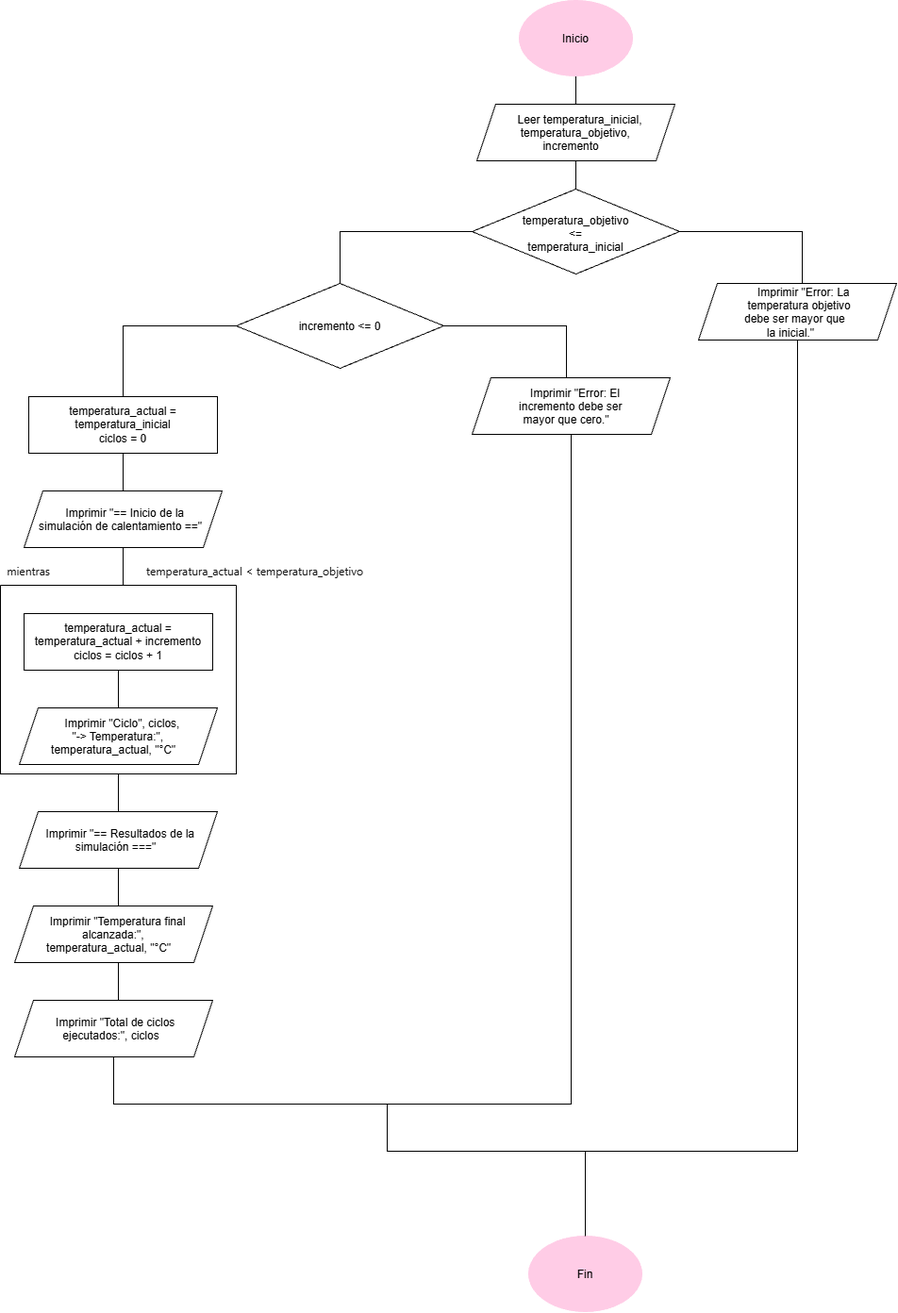
This is Diagramas de flujo .png/Ejercicio 1.drawio.png from vacunac11/-Tarea-2-Estructuras-iterativas-en-Python, a draw.io export, as it was before one commit. Source tidied: cells renumbered, new cells last; positions are measured from the earlier drawing's top-left corner, leaving out a move shared by most shapes. The source it was exported from:
```xml
<mxGraphModel>
  <root>
    <mxCell id="0" />
    <mxCell id="1" parent="0" />
    <mxCell id="2" style="edgeStyle=orthogonalEdgeStyle;rounded=0;jettySize=auto;html=1;defaultLabelBackgroundColor=page;labelPadding=0 4;endArrow=none;endFill=0;" parent="1" edge="1" source="3">
      <mxGeometry relative="1" as="geometry">
        <mxPoint x="610" y="130" as="targetPoint" />
      </mxGeometry>
    </mxCell>
    <mxCell id="3" value="Inicio" style="ellipse;whiteSpace=wrap;html=1;shapeInside=1;fillColor=#FFCCE6;strokeColor=light-dark(#ffcce6, #ededed);" parent="1" vertex="1">
      <mxGeometry x="550" width="120" height="80" as="geometry" />
    </mxCell>
    <mxCell id="4" value="Fin" style="ellipse;whiteSpace=wrap;html=1;shapeInside=1;fillColor=#FFCCE6;strokeColor=light-dark(#ffcce6, #ededed);" parent="1" vertex="1">
      <mxGeometry x="560" y="1310" width="120" height="80" as="geometry" />
    </mxCell>
    <mxCell id="5" style="edgeStyle=orthogonalEdgeStyle;rounded=0;jettySize=auto;html=1;defaultLabelBackgroundColor=page;labelPadding=0 4;endArrow=none;endFill=0;" parent="1" edge="1" source="6">
      <mxGeometry relative="1" as="geometry">
        <mxPoint x="610" y="210" as="targetPoint" />
      </mxGeometry>
    </mxCell>
    <mxCell id="6" value="&lt;div&gt;Leer temperatura_inicial,&lt;/div&gt;&lt;div&gt;temperatura_objetivo,&lt;/div&gt;&lt;div&gt;incremento&lt;/div&gt;" style="shape=parallelogram;perimeter=parallelogramPerimeter;whiteSpace=wrap;html=1;shapeInside=1;fixedSize=1;" parent="1" vertex="1">
      <mxGeometry x="505" y="110" width="210" height="60" as="geometry" />
    </mxCell>
    <mxCell id="7" style="edgeStyle=orthogonalEdgeStyle;rounded=0;jettySize=auto;html=1;defaultLabelBackgroundColor=page;labelPadding=0 4;endArrow=none;endFill=0;" parent="1" edge="1" source="9">
      <mxGeometry x="-0.05" relative="1" as="geometry">
        <mxPoint x="850" y="300" as="targetPoint" />
      </mxGeometry>
    </mxCell>
    <mxCell id="8" style="edgeStyle=orthogonalEdgeStyle;rounded=0;jettySize=auto;html=1;defaultLabelBackgroundColor=page;labelPadding=0 4;endArrow=none;endFill=0;" parent="1" edge="1" source="9">
      <mxGeometry x="-0.05" relative="1" as="geometry">
        <mxPoint x="360" y="300" as="targetPoint" />
        <Array as="points">
          <mxPoint x="360" y="245" />
        </Array>
      </mxGeometry>
    </mxCell>
    <mxCell id="9" value="&lt;div&gt;temperatura_objetivo &amp;lt;=&lt;/div&gt;&lt;div&gt;temperatura_inicial&lt;/div&gt;" style="rhombus;whiteSpace=wrap;html=1;shapeInside=1;" parent="1" vertex="1">
      <mxGeometry x="500" y="200" width="220" height="90" as="geometry" />
    </mxCell>
    <mxCell id="10" style="edgeStyle=orthogonalEdgeStyle;rounded=0;jettySize=auto;html=1;defaultLabelBackgroundColor=page;labelPadding=0 4;endArrow=none;endFill=0;" parent="1" edge="1" source="11">
      <mxGeometry x="-0.03" relative="1" as="geometry">
        <mxPoint x="410" y="1170" as="targetPoint" />
        <Array as="points">
          <mxPoint x="845" y="1220" />
        </Array>
      </mxGeometry>
    </mxCell>
    <mxCell id="11" value="&lt;div&gt;Imprimir &quot;Error: La&lt;/div&gt;&lt;div&gt;temperatura objetivo&lt;/div&gt;&lt;div&gt;debe ser mayor que&lt;/div&gt;&lt;div&gt;la inicial.&quot;&lt;/div&gt;" style="shape=parallelogram;perimeter=parallelogramPerimeter;whiteSpace=wrap;html=1;shapeInside=1;fixedSize=1;" parent="1" vertex="1">
      <mxGeometry x="740" y="300" width="210" height="60" as="geometry" />
    </mxCell>
    <mxCell id="12" style="edgeStyle=orthogonalEdgeStyle;rounded=0;jettySize=auto;html=1;defaultLabelBackgroundColor=page;labelPadding=0 4;endArrow=none;endFill=0;" parent="1" edge="1" source="14">
      <mxGeometry x="-0.04" relative="1" as="geometry">
        <mxPoint x="600" y="420" as="targetPoint" />
      </mxGeometry>
    </mxCell>
    <mxCell id="13" style="edgeStyle=orthogonalEdgeStyle;rounded=0;jettySize=auto;html=1;defaultLabelBackgroundColor=page;labelPadding=0 4;endArrow=none;endFill=0;" parent="1" edge="1" source="14">
      <mxGeometry x="-0.1" relative="1" as="geometry">
        <mxPoint x="130" y="420" as="targetPoint" />
      </mxGeometry>
    </mxCell>
    <mxCell id="14" value="incremento &amp;lt;= 0" style="rhombus;whiteSpace=wrap;html=1;shapeInside=1;" parent="1" vertex="1">
      <mxGeometry x="250" y="300" width="220" height="90" as="geometry" />
    </mxCell>
    <mxCell id="15" style="edgeStyle=orthogonalEdgeStyle;rounded=0;jettySize=auto;html=1;defaultLabelBackgroundColor=page;labelPadding=0 4;entryX=0.5;entryY=1;entryDx=0;entryDy=0;endArrow=none;endFill=0;" parent="1" edge="1" source="16" target="32">
      <mxGeometry x="-0.02" relative="1" as="geometry">
        <Array as="points">
          <mxPoint x="605" y="1170" />
          <mxPoint x="120" y="1170" />
        </Array>
      </mxGeometry>
    </mxCell>
    <mxCell id="16" value="&lt;div&gt;Imprimir &quot;Error: El&lt;/div&gt;&lt;div&gt;incremento debe ser&lt;/div&gt;&lt;div&gt;mayor que cero.&quot;&lt;/div&gt;" style="shape=parallelogram;perimeter=parallelogramPerimeter;whiteSpace=wrap;html=1;shapeInside=1;fixedSize=1;" parent="1" vertex="1">
      <mxGeometry x="500" y="400" width="210" height="60" as="geometry" />
    </mxCell>
    <mxCell id="17" style="edgeStyle=orthogonalEdgeStyle;rounded=0;jettySize=auto;html=1;defaultLabelBackgroundColor=page;labelPadding=0 4;endArrow=none;endFill=0;" parent="1" edge="1" source="18">
      <mxGeometry relative="1" as="geometry">
        <mxPoint x="130" y="520" as="targetPoint" />
      </mxGeometry>
    </mxCell>
    <mxCell id="18" value="&lt;div&gt;temperatura_actual = temperatura_inicial&lt;/div&gt;&lt;div&gt;ciclos = 0&lt;/div&gt;" style="rounded=0;whiteSpace=wrap;html=1;" parent="1" vertex="1">
      <mxGeometry x="30" y="420" width="200" height="60" as="geometry" />
    </mxCell>
    <mxCell id="19" style="edgeStyle=orthogonalEdgeStyle;rounded=0;jettySize=auto;html=1;defaultLabelBackgroundColor=page;labelPadding=0 4;endArrow=none;endFill=0;" parent="1" edge="1" source="20">
      <mxGeometry relative="1" as="geometry">
        <mxPoint x="130" y="620" as="targetPoint" />
      </mxGeometry>
    </mxCell>
    <mxCell id="20" value="&lt;div&gt;Imprimir &quot;== Inicio de la&lt;/div&gt;&lt;div&gt;simulación de calentamiento ==&quot;&lt;/div&gt;" style="shape=parallelogram;perimeter=parallelogramPerimeter;whiteSpace=wrap;html=1;shapeInside=1;fixedSize=1;" parent="1" vertex="1">
      <mxGeometry x="25" y="520" width="210" height="60" as="geometry" />
    </mxCell>
    <mxCell id="21" style="edgeStyle=orthogonalEdgeStyle;rounded=0;jettySize=auto;html=1;defaultLabelBackgroundColor=page;labelPadding=0 4;endArrow=none;endFill=0;" parent="1" edge="1" source="22">
      <mxGeometry relative="1" as="geometry">
        <mxPoint x="125" y="750" as="targetPoint" />
      </mxGeometry>
    </mxCell>
    <mxCell id="22" value="&lt;div&gt;temperatura_actual =&lt;/div&gt;&lt;div&gt;temperatura_actual + incremento&lt;/div&gt;&lt;div&gt;ciclos = ciclos + 1&lt;/div&gt;" style="rounded=0;whiteSpace=wrap;html=1;" parent="1" vertex="1">
      <mxGeometry x="25" y="650" width="200" height="60" as="geometry" />
    </mxCell>
    <mxCell id="23" value="&lt;div&gt;Imprimir &quot;Ciclo&quot;, ciclos,&lt;/div&gt;&lt;div&gt;&quot;-&amp;gt; Temperatura:&quot;,&lt;/div&gt;&lt;div&gt;temperatura_actual, &quot;°C&quot;&lt;/div&gt;" style="shape=parallelogram;perimeter=parallelogramPerimeter;whiteSpace=wrap;html=1;shapeInside=1;fixedSize=1;" parent="1" vertex="1">
      <mxGeometry x="20" y="750" width="210" height="60" as="geometry" />
    </mxCell>
    <mxCell id="24" style="edgeStyle=orthogonalEdgeStyle;rounded=0;jettySize=auto;html=1;defaultLabelBackgroundColor=page;labelPadding=0 4;endArrow=none;endFill=0;" parent="1" edge="1" source="25">
      <mxGeometry relative="1" as="geometry">
        <mxPoint x="125" y="860" as="targetPoint" />
      </mxGeometry>
    </mxCell>
    <mxCell id="25" style="swimlane;startSize=0;" parent="1" vertex="1">
      <mxGeometry y="620" width="250" height="200" as="geometry" />
    </mxCell>
    <mxCell id="26" value="&lt;span style=&quot;color: rgb(11, 11, 11); font-family: anthropic-sans, ui-sans-serif, system-ui, -apple-system, &amp;quot;Segoe UI&amp;quot;, Roboto, sans-serif; text-align: start; white-space: nowrap;&quot;&gt;mientras&lt;/span&gt;" style="text;html=1;whiteSpace=wrap;strokeColor=none;fillColor=none;align=center;verticalAlign=middle;rounded=0;" parent="1" vertex="1">
      <mxGeometry y="590" width="60" height="30" as="geometry" />
    </mxCell>
    <mxCell id="27" value="&lt;span style=&quot;color: rgb(11, 11, 11); font-family: anthropic-sans, ui-sans-serif, system-ui, -apple-system, &amp;quot;Segoe UI&amp;quot;, Roboto, sans-serif; text-align: start; white-space: nowrap;&quot;&gt;temperatura_actual &amp;lt; temperatura_objetivo&lt;/span&gt;" style="text;html=1;whiteSpace=wrap;strokeColor=none;fillColor=none;align=center;verticalAlign=middle;rounded=0;" parent="1" vertex="1">
      <mxGeometry x="140" y="590" width="260" height="30" as="geometry" />
    </mxCell>
    <mxCell id="28" style="edgeStyle=orthogonalEdgeStyle;rounded=0;jettySize=auto;html=1;defaultLabelBackgroundColor=page;labelPadding=0 4;endArrow=none;endFill=0;" parent="1" edge="1" source="29">
      <mxGeometry relative="1" as="geometry">
        <mxPoint x="125" y="960" as="targetPoint" />
      </mxGeometry>
    </mxCell>
    <mxCell id="29" value="Imprimir &quot;== Resultados de la simulación ===&quot;" style="shape=parallelogram;perimeter=parallelogramPerimeter;whiteSpace=wrap;html=1;shapeInside=1;fixedSize=1;" parent="1" vertex="1">
      <mxGeometry x="20" y="860" width="210" height="60" as="geometry" />
    </mxCell>
    <mxCell id="30" value="&lt;div&gt;Imprimir &quot;Temperatura final alcanzada:&quot;,&lt;/div&gt;&lt;div&gt;temperatura_actual, &quot;°C&quot;&lt;/div&gt;" style="shape=parallelogram;perimeter=parallelogramPerimeter;whiteSpace=wrap;html=1;shapeInside=1;fixedSize=1;" parent="1" vertex="1">
      <mxGeometry x="15" y="960" width="210" height="60" as="geometry" />
    </mxCell>
    <mxCell id="31" style="edgeStyle=orthogonalEdgeStyle;rounded=0;orthogonalLoop=1;jettySize=auto;html=1;defaultLabelBackgroundColor=page;labelPadding=0 4;endArrow=none;endFill=0;" parent="1" edge="1">
      <mxGeometry relative="1" as="geometry">
        <mxPoint x="125" y="1020" as="sourcePoint" />
        <mxPoint x="125" y="1060" as="targetPoint" />
      </mxGeometry>
    </mxCell>
    <mxCell id="32" value="Imprimir &quot;Total de ciclos ejecutados:&quot;, ciclos" style="shape=parallelogram;perimeter=parallelogramPerimeter;whiteSpace=wrap;html=1;shapeInside=1;fixedSize=1;" parent="1" vertex="1">
      <mxGeometry x="15" y="1060" width="210" height="60" as="geometry" />
    </mxCell>
    <mxCell id="33" style="endArrow=none;html=1;rounded=0;defaultLabelBackgroundColor=page;labelPadding=0 4;" parent="1" edge="1">
      <mxGeometry relative="1" as="geometry">
        <mxPoint x="620" y="1310" as="sourcePoint" />
        <mxPoint x="620" y="1220" as="targetPoint" />
      </mxGeometry>
    </mxCell>
  </root>
</mxGraphModel>
```
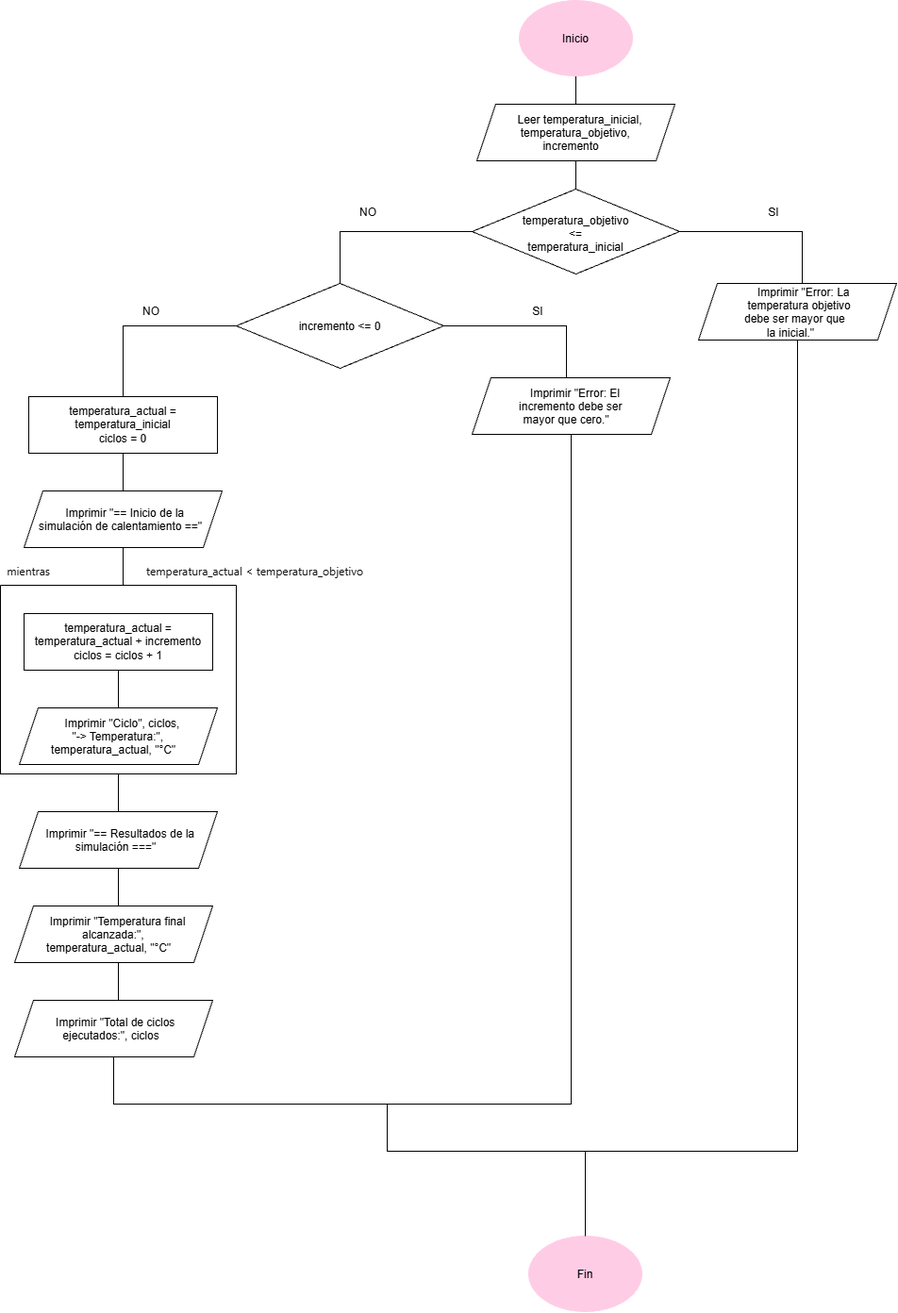
The same file after the commit.

Change to the diagram source:
```diff
@@ -139,5 +139,17 @@
         <mxPoint x="620" y="1220" as="targetPoint" />
       </mxGeometry>
     </mxCell>
+    <mxCell id="34" value="NO" style="text;html=1;whiteSpace=wrap;strokeColor=none;fillColor=none;align=center;verticalAlign=middle;rounded=0;" parent="1" vertex="1">
+      <mxGeometry x="360" y="210" width="60" height="30" as="geometry" />
+    </mxCell>
+    <mxCell id="35" value="NO" style="text;html=1;whiteSpace=wrap;strokeColor=none;fillColor=none;align=center;verticalAlign=middle;rounded=0;" parent="1" vertex="1">
+      <mxGeometry x="130" y="315" width="60" height="30" as="geometry" />
+    </mxCell>
+    <mxCell id="36" value="SI" style="text;html=1;whiteSpace=wrap;strokeColor=none;fillColor=none;align=center;verticalAlign=middle;rounded=0;" parent="1" vertex="1">
+      <mxGeometry x="540" y="315" width="60" height="30" as="geometry" />
+    </mxCell>
+    <mxCell id="37" value="SI" style="text;html=1;whiteSpace=wrap;strokeColor=none;fillColor=none;align=center;verticalAlign=middle;rounded=0;" parent="1" vertex="1">
+      <mxGeometry x="790" y="210" width="60" height="30" as="geometry" />
+    </mxCell>
   </root>
 </mxGraphModel>
```
